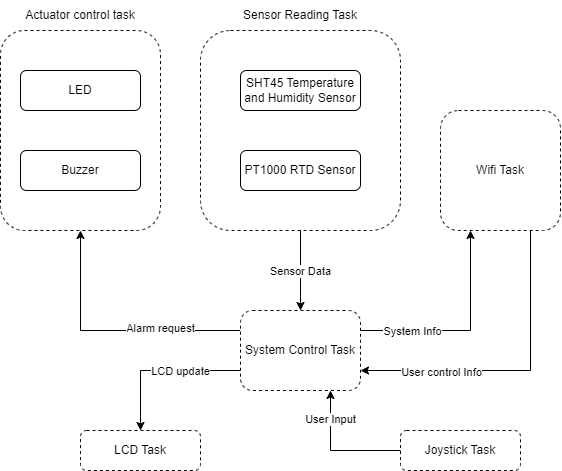
ese5160/final-project-a07g-a14g-t10-web-weaver keeps this draw.io diagram as Software_Block_Diagram.png. Above is the earlier version. Source tidied: cells renumbered, new cells last; positions are measured from the earlier drawing's top-left corner, leaving out a move shared by most shapes. Its diagram source:
```xml
<mxGraphModel>
  <root>
    <mxCell id="0" />
    <mxCell id="1" parent="0" />
    <mxCell id="2" style="edgeStyle=orthogonalEdgeStyle;rounded=0;jettySize=auto;html=1;exitX=0.5;exitY=1;exitDx=0;exitDy=0;entryX=0.5;entryY=0;entryDx=0;entryDy=0;" parent="1" edge="1" source="4" target="11">
      <mxGeometry relative="1" as="geometry" />
    </mxCell>
    <mxCell id="3" value="Sensor Data" style="edgeLabel;html=1;align=center;verticalAlign=middle;" parent="2" vertex="1">
      <mxGeometry y="-1" relative="1" as="geometry" />
    </mxCell>
    <mxCell id="4" style="rounded=1;whiteSpace=wrap;html=1;dashed=1;fillColor=none;" parent="1" vertex="1">
      <mxGeometry x="200" y="30" width="200" height="200" as="geometry" />
    </mxCell>
    <mxCell id="5" style="edgeStyle=orthogonalEdgeStyle;rounded=0;jettySize=auto;html=1;exitX=1;exitY=0.25;exitDx=0;exitDy=0;entryX=0.25;entryY=1;entryDx=0;entryDy=0;" parent="1" edge="1" source="11" target="17">
      <mxGeometry relative="1" as="geometry" />
    </mxCell>
    <mxCell id="6" value="System Info" style="edgeLabel;html=1;align=center;verticalAlign=middle;" parent="5" vertex="1">
      <mxGeometry x="-0.52" relative="1" as="geometry" />
    </mxCell>
    <mxCell id="7" style="edgeStyle=orthogonalEdgeStyle;rounded=0;jettySize=auto;html=1;exitX=0;exitY=0.25;exitDx=0;exitDy=0;entryX=0.5;entryY=1;entryDx=0;entryDy=0;" parent="1" edge="1" source="11" target="21">
      <mxGeometry relative="1" as="geometry" />
    </mxCell>
    <mxCell id="8" value="Alarm request" style="edgeLabel;html=1;align=center;verticalAlign=middle;" parent="7" vertex="1">
      <mxGeometry x="-0.19" y="-3" relative="1" as="geometry">
        <mxPoint x="25" as="offset" />
      </mxGeometry>
    </mxCell>
    <mxCell id="9" style="edgeStyle=orthogonalEdgeStyle;rounded=0;jettySize=auto;html=1;exitX=0;exitY=0.75;exitDx=0;exitDy=0;entryX=0.5;entryY=0;entryDx=0;entryDy=0;" parent="1" edge="1" source="11" target="25">
      <mxGeometry relative="1" as="geometry" />
    </mxCell>
    <mxCell id="10" value="LCD update" style="edgeLabel;html=1;align=center;verticalAlign=middle;" parent="9" vertex="1">
      <mxGeometry x="-0.07" relative="1" as="geometry">
        <mxPoint x="14" as="offset" />
      </mxGeometry>
    </mxCell>
    <mxCell id="11" value="System Control Task" style="rounded=1;whiteSpace=wrap;html=1;dashed=1;" parent="1" vertex="1">
      <mxGeometry x="240" y="310" width="120" height="80" as="geometry" />
    </mxCell>
    <mxCell id="12" value="Sensor Reading Task" style="text;html=1;strokeColor=none;fillColor=none;align=center;verticalAlign=middle;whiteSpace=wrap;rounded=0;" parent="1" vertex="1">
      <mxGeometry x="240" width="120" height="30" as="geometry" />
    </mxCell>
    <mxCell id="13" value="SHT45 Temperature and Humidity Sensor" style="rounded=1;whiteSpace=wrap;html=1;" parent="1" vertex="1">
      <mxGeometry x="240" y="70" width="120" height="40" as="geometry" />
    </mxCell>
    <mxCell id="14" value="PT1000 RTD Sensor" style="rounded=1;whiteSpace=wrap;html=1;" parent="1" vertex="1">
      <mxGeometry x="240" y="150" width="120" height="40" as="geometry" />
    </mxCell>
    <mxCell id="15" style="edgeStyle=orthogonalEdgeStyle;rounded=0;jettySize=auto;html=1;exitX=0.75;exitY=1;exitDx=0;exitDy=0;entryX=1;entryY=0.75;entryDx=0;entryDy=0;" parent="1" edge="1" source="17" target="11">
      <mxGeometry relative="1" as="geometry">
        <Array as="points">
          <mxPoint x="530" y="370" />
        </Array>
      </mxGeometry>
    </mxCell>
    <mxCell id="16" value="User control Info" style="edgeLabel;html=1;align=center;verticalAlign=middle;" parent="15" vertex="1">
      <mxGeometry x="0.48" y="1" relative="1" as="geometry" />
    </mxCell>
    <mxCell id="17" value="Wifi Task" style="rounded=1;whiteSpace=wrap;html=1;dashed=1;fillColor=none;" parent="1" vertex="1">
      <mxGeometry x="440" y="110" width="120" height="120" as="geometry" />
    </mxCell>
    <mxCell id="18" style="edgeStyle=orthogonalEdgeStyle;rounded=0;jettySize=auto;html=1;exitX=0;exitY=0.5;exitDx=0;exitDy=0;entryX=0.75;entryY=1;entryDx=0;entryDy=0;" parent="1" edge="1" source="20" target="11">
      <mxGeometry relative="1" as="geometry" />
    </mxCell>
    <mxCell id="19" value="User Input" style="edgeLabel;html=1;align=center;verticalAlign=middle;" parent="18" vertex="1">
      <mxGeometry x="0.55" y="1" relative="1" as="geometry" />
    </mxCell>
    <mxCell id="20" value="Joystick Task" style="rounded=1;whiteSpace=wrap;html=1;dashed=1;fillColor=none;" parent="1" vertex="1">
      <mxGeometry x="400" y="430" width="120" height="40" as="geometry" />
    </mxCell>
    <mxCell id="21" style="rounded=1;whiteSpace=wrap;html=1;dashed=1;fillColor=none;" parent="1" vertex="1">
      <mxGeometry y="30" width="160" height="200" as="geometry" />
    </mxCell>
    <mxCell id="22" value="Actuator control task" style="text;html=1;strokeColor=none;fillColor=none;align=center;verticalAlign=middle;whiteSpace=wrap;rounded=0;" parent="1" vertex="1">
      <mxGeometry x="20" width="120" height="30" as="geometry" />
    </mxCell>
    <mxCell id="23" value="LED" style="rounded=1;whiteSpace=wrap;html=1;" parent="1" vertex="1">
      <mxGeometry x="20" y="70" width="120" height="40" as="geometry" />
    </mxCell>
    <mxCell id="24" value="Buzzer" style="rounded=1;whiteSpace=wrap;html=1;" parent="1" vertex="1">
      <mxGeometry x="20" y="150" width="120" height="40" as="geometry" />
    </mxCell>
    <mxCell id="25" value="LCD Task" style="rounded=1;whiteSpace=wrap;html=1;dashed=1;fillColor=none;" parent="1" vertex="1">
      <mxGeometry x="80" y="430" width="120" height="40" as="geometry" />
    </mxCell>
  </root>
</mxGraphModel>
```
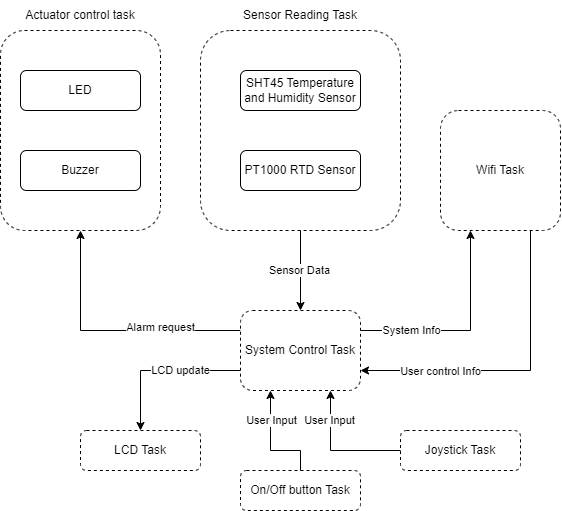
After the change.

The edit, as a diff of the source:
```diff
@@ -82,5 +82,19 @@
     <mxCell id="25" value="LCD Task" style="rounded=1;whiteSpace=wrap;html=1;dashed=1;fillColor=none;" parent="1" vertex="1">
       <mxGeometry x="80" y="430" width="120" height="40" as="geometry" />
     </mxCell>
+    <mxCell id="26" style="edgeStyle=orthogonalEdgeStyle;rounded=0;jettySize=auto;html=1;exitX=0.5;exitY=0;exitDx=0;exitDy=0;entryX=0.25;entryY=1;entryDx=0;entryDy=0;" parent="1" edge="1" source="28" target="11">
+      <mxGeometry relative="1" as="geometry">
+        <Array as="points">
+          <mxPoint x="300" y="450" />
+          <mxPoint x="270" y="450" />
+        </Array>
+      </mxGeometry>
+    </mxCell>
+    <mxCell id="27" value="User Input" style="edgeLabel;html=1;align=center;verticalAlign=middle;" parent="26" vertex="1">
+      <mxGeometry x="0.46" y="-1" relative="1" as="geometry" />
+    </mxCell>
+    <mxCell id="28" value="On/Off button Task" style="rounded=1;whiteSpace=wrap;html=1;dashed=1;fillColor=none;" parent="1" vertex="1">
+      <mxGeometry x="240" y="470" width="120" height="40" as="geometry" />
+    </mxCell>
   </root>
 </mxGraphModel>
```
